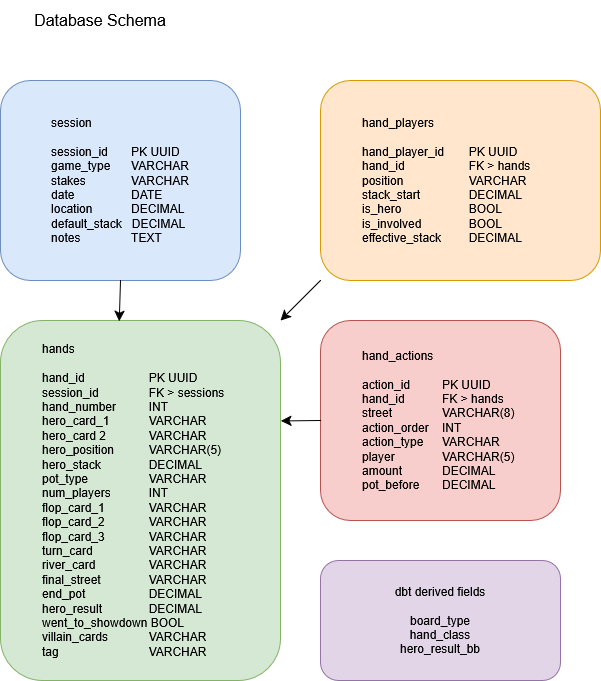
Before: DatabaseSchema.png, a diagram exported from draw.io (CMatador/poker-analytics). Source tidied: cells renumbered, new cells last; positions are measured from the earlier drawing's top-left corner, leaving out a move shared by most shapes.
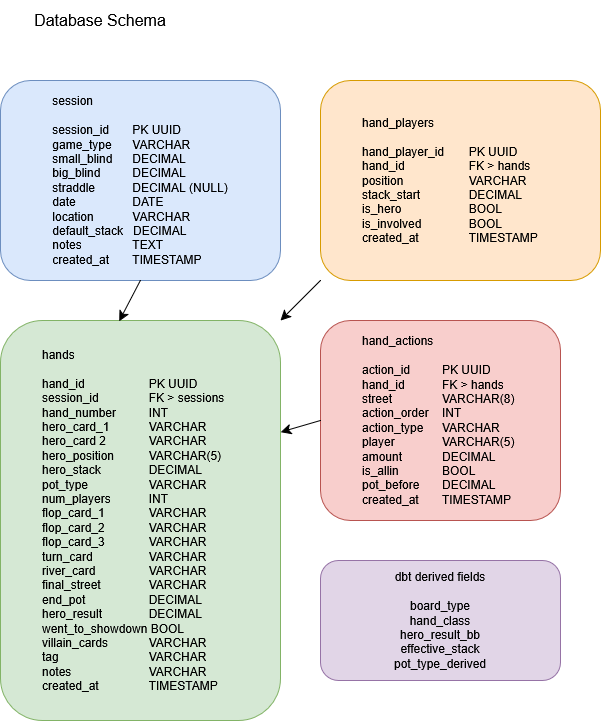
After the commit.

Commit message:
added SQL schema

What changed in the source:
```diff
@@ -2,22 +2,22 @@
   <root>
     <mxCell id="0" />
     <mxCell id="1" parent="0" />
-    <mxCell id="2" value="&lt;blockquote&gt;&lt;div align=&quot;left&quot;&gt;session&lt;br&gt;&lt;br&gt;session_id&amp;nbsp; &amp;nbsp; &lt;span style=&quot;white-space: pre;&quot;&gt;&#9;&lt;/span&gt;PK UUID&lt;br&gt;game_type&amp;nbsp; &amp;nbsp; &lt;span style=&quot;white-space: pre;&quot;&gt;&#9;VARCHAR&lt;/span&gt;&lt;br&gt;stakes&amp;nbsp; &amp;nbsp; &amp;nbsp; &amp;nbsp; &lt;span style=&quot;white-space: pre;&quot;&gt;&#9;&lt;/span&gt;VARCHAR&lt;br&gt;date&amp;nbsp; &amp;nbsp; &amp;nbsp; &amp;nbsp; &lt;span style=&quot;white-space: pre;&quot;&gt;&#9;&lt;/span&gt;&lt;span style=&quot;white-space: pre;&quot;&gt;&#9;&lt;/span&gt;DATE&lt;br&gt;location&amp;nbsp; &amp;nbsp; &lt;span style=&quot;white-space: pre;&quot;&gt;&#9;&lt;/span&gt;DECIMAL&lt;br&gt;default_stack&amp;nbsp; &amp;nbsp;DECIMAL&lt;br&gt;notes&amp;nbsp; &amp;nbsp; &amp;nbsp; &amp;nbsp; &lt;span style=&quot;white-space: pre;&quot;&gt;&#9;&lt;/span&gt;TEXT&lt;/div&gt;&lt;/blockquote&gt;" style="rounded=1;whiteSpace=wrap;html=1;fillColor=#dae8fc;strokeColor=#6c8ebf;" parent="1" vertex="1">
-      <mxGeometry y="80" width="240" height="200" as="geometry" />
+    <mxCell id="2" value="&lt;blockquote&gt;&lt;div align=&quot;left&quot;&gt;session&lt;br&gt;&lt;br&gt;session_id&amp;nbsp; &amp;nbsp; &lt;span style=&quot;white-space: pre;&quot;&gt;&#9;&lt;/span&gt;PK UUID&lt;br&gt;game_type&amp;nbsp; &amp;nbsp; &lt;span style=&quot;white-space: pre;&quot;&gt;&#9;VARCHAR&lt;/span&gt;&lt;br&gt;small_blind&amp;nbsp; &amp;nbsp;&amp;nbsp;&lt;span style=&quot;white-space: pre;&quot;&gt;&#9;DECIMAL&lt;/span&gt;&lt;/div&gt;&lt;div align=&quot;left&quot;&gt;big_blind&lt;span style=&quot;white-space: pre;&quot;&gt;&#9;&lt;/span&gt;&lt;span style=&quot;white-space: pre;&quot;&gt;&#9;&lt;/span&gt;DECIMAL&lt;/div&gt;&lt;div align=&quot;left&quot;&gt;straddle&lt;span style=&quot;white-space: pre;&quot;&gt;&#9;&lt;/span&gt;&lt;span style=&quot;white-space: pre;&quot;&gt;&#9;&lt;/span&gt;DECIMAL (NULL)&lt;br&gt;date&amp;nbsp; &amp;nbsp; &amp;nbsp; &amp;nbsp; &lt;span style=&quot;white-space: pre;&quot;&gt;&#9;&lt;/span&gt;&lt;span style=&quot;white-space: pre;&quot;&gt;&#9;&lt;/span&gt;DATE&lt;br&gt;location&amp;nbsp; &amp;nbsp; &lt;span style=&quot;white-space: pre;&quot;&gt;&#9;VARCHAR&lt;/span&gt;&lt;br&gt;default_stack&amp;nbsp; &amp;nbsp;DECIMAL&lt;br&gt;notes&amp;nbsp; &amp;nbsp; &amp;nbsp; &amp;nbsp; &lt;span style=&quot;white-space: pre;&quot;&gt;&#9;&lt;/span&gt;TEXT&lt;/div&gt;&lt;div align=&quot;left&quot;&gt;created_at&lt;span style=&quot;white-space: pre;&quot;&gt;&#9;&lt;/span&gt;TIMESTAMP&lt;/div&gt;&lt;/blockquote&gt;" style="rounded=1;whiteSpace=wrap;html=1;fillColor=#dae8fc;strokeColor=#6c8ebf;" parent="1" vertex="1">
+      <mxGeometry y="80" width="280" height="200" as="geometry" />
     </mxCell>
-    <mxCell id="3" value="&lt;blockquote&gt;&lt;div align=&quot;left&quot;&gt;hands&lt;br&gt;&amp;nbsp; &amp;nbsp;&amp;nbsp;&lt;br&gt;hand_id&amp;nbsp;&amp;nbsp; &amp;nbsp; &amp;nbsp; &amp;nbsp;&lt;span style=&quot;white-space: pre;&quot;&gt;&#9;&lt;/span&gt;&lt;span style=&quot;white-space: pre;&quot;&gt;&#9;&lt;/span&gt;PK UUID&lt;br&gt;session_id&amp;nbsp;&amp;nbsp; &amp;nbsp;&lt;span style=&quot;white-space: pre;&quot;&gt;&#9;&lt;/span&gt;&lt;span style=&quot;white-space: pre;&quot;&gt;&#9;&lt;/span&gt;FK &amp;gt; sessions&lt;br&gt;hand_number&amp;nbsp; &lt;span style=&quot;white-space: pre;&quot;&gt;&#9;&lt;/span&gt;INT&lt;br&gt;hero_card_1&amp;nbsp; &amp;nbsp; &lt;span style=&quot;white-space: pre;&quot;&gt;&#9;&lt;/span&gt;VARCHAR&lt;br&gt;hero_card 2&amp;nbsp; &amp;nbsp; &lt;span style=&quot;white-space: pre;&quot;&gt;&#9;&lt;/span&gt;VARCHAR&lt;br&gt;hero_position&amp;nbsp; &amp;nbsp; &lt;span style=&quot;white-space: pre;&quot;&gt;&#9;&lt;/span&gt;VARCHAR(5)&lt;br&gt;hero_stack&amp;nbsp; &amp;nbsp; &lt;span style=&quot;white-space: pre;&quot;&gt;&#9;&lt;/span&gt;&lt;span style=&quot;white-space: pre;&quot;&gt;&#9;&lt;/span&gt;DECIMAL&lt;br&gt;pot_type&amp;nbsp; &amp;nbsp; &lt;span style=&quot;white-space: pre;&quot;&gt;&#9;&lt;/span&gt;&lt;span style=&quot;white-space: pre;&quot;&gt;&#9;&lt;/span&gt;VARCHAR&lt;br&gt;num_players&amp;nbsp; &amp;nbsp; &lt;span style=&quot;white-space: pre;&quot;&gt;&#9;&lt;/span&gt;INT&lt;br&gt;flop_card_1&amp;nbsp; &amp;nbsp; &lt;span style=&quot;white-space: pre;&quot;&gt;&#9;&lt;/span&gt;&lt;span style=&quot;white-space: pre;&quot;&gt;&#9;&lt;/span&gt;VARCHAR&lt;br&gt;flop_card_2&amp;nbsp; &amp;nbsp;&lt;span style=&quot;white-space: pre;&quot;&gt;&#9;&lt;/span&gt;&lt;span style=&quot;white-space: pre;&quot;&gt;&#9;&lt;/span&gt;VARCHAR&lt;br&gt;flop_card_3&amp;nbsp; &amp;nbsp; &lt;span style=&quot;white-space: pre;&quot;&gt;&#9;&lt;/span&gt;&lt;span style=&quot;white-space: pre;&quot;&gt;&#9;&lt;/span&gt;VARCHAR&lt;br&gt;turn_card&amp;nbsp; &amp;nbsp; &lt;span style=&quot;white-space: pre;&quot;&gt;&#9;&lt;/span&gt;&lt;span style=&quot;white-space: pre;&quot;&gt;&#9;&lt;/span&gt;VARCHAR&lt;br&gt;river_card&amp;nbsp; &amp;nbsp; &lt;span style=&quot;white-space: pre;&quot;&gt;&#9;&lt;/span&gt;&lt;span style=&quot;white-space: pre;&quot;&gt;&#9;&lt;/span&gt;VARCHAR&lt;br&gt;final_street&amp;nbsp; &amp;nbsp; &lt;span style=&quot;white-space: pre;&quot;&gt;&#9;&lt;/span&gt;&lt;span style=&quot;white-space: pre;&quot;&gt;&#9;&lt;/span&gt;VARCHAR&lt;br&gt;end_pot&amp;nbsp; &amp;nbsp; &amp;nbsp; &amp;nbsp; &lt;span style=&quot;white-space: pre;&quot;&gt;&#9;&lt;/span&gt;&lt;span style=&quot;white-space: pre;&quot;&gt;&#9;&lt;/span&gt;DECIMAL&lt;br&gt;hero_result&amp;nbsp; &amp;nbsp; &lt;span style=&quot;white-space: pre;&quot;&gt;&#9;&lt;/span&gt;&lt;span style=&quot;white-space: pre;&quot;&gt;&#9;&lt;/span&gt;DECIMAL&lt;br&gt;went_to_showdown BOOL&lt;br&gt;villain_cards&amp;nbsp; &amp;nbsp; &lt;span style=&quot;white-space: pre;&quot;&gt;&#9;&lt;/span&gt;VARCHAR&lt;br&gt;tag&amp;nbsp; &amp;nbsp; &amp;nbsp; &amp;nbsp; &lt;span style=&quot;white-space: pre;&quot;&gt;&#9;&lt;/span&gt;&lt;span style=&quot;white-space: pre;&quot;&gt;&#9;&lt;/span&gt;&lt;span style=&quot;white-space: pre;&quot;&gt;&#9;&lt;/span&gt;VARCHAR&lt;/div&gt;&lt;/blockquote&gt;" style="rounded=1;whiteSpace=wrap;html=1;fillColor=#d5e8d4;strokeColor=#82b366;align=left;" parent="1" vertex="1">
-      <mxGeometry y="320" width="280" height="360" as="geometry" />
+    <mxCell id="3" value="&lt;blockquote&gt;&lt;div align=&quot;left&quot;&gt;hands&lt;br&gt;&amp;nbsp; &amp;nbsp;&amp;nbsp;&lt;br&gt;hand_id&amp;nbsp;&amp;nbsp; &amp;nbsp; &amp;nbsp; &amp;nbsp;&lt;span style=&quot;white-space: pre;&quot;&gt;&#9;&lt;/span&gt;&lt;span style=&quot;white-space: pre;&quot;&gt;&#9;&lt;/span&gt;PK UUID&lt;br&gt;session_id&amp;nbsp;&amp;nbsp; &amp;nbsp;&lt;span style=&quot;white-space: pre;&quot;&gt;&#9;&lt;/span&gt;&lt;span style=&quot;white-space: pre;&quot;&gt;&#9;&lt;/span&gt;FK &amp;gt; sessions&lt;br&gt;hand_number&amp;nbsp; &lt;span style=&quot;white-space: pre;&quot;&gt;&#9;&lt;/span&gt;INT&lt;br&gt;hero_card_1&amp;nbsp; &amp;nbsp; &lt;span style=&quot;white-space: pre;&quot;&gt;&#9;&lt;/span&gt;VARCHAR&lt;br&gt;hero_card 2&amp;nbsp; &amp;nbsp; &lt;span style=&quot;white-space: pre;&quot;&gt;&#9;&lt;/span&gt;VARCHAR&lt;br&gt;hero_position&amp;nbsp; &amp;nbsp; &lt;span style=&quot;white-space: pre;&quot;&gt;&#9;&lt;/span&gt;VARCHAR(5)&lt;br&gt;hero_stack&amp;nbsp; &amp;nbsp; &lt;span style=&quot;white-space: pre;&quot;&gt;&#9;&lt;/span&gt;&lt;span style=&quot;white-space: pre;&quot;&gt;&#9;&lt;/span&gt;DECIMAL&lt;br&gt;pot_type&amp;nbsp; &amp;nbsp; &lt;span style=&quot;white-space: pre;&quot;&gt;&#9;&lt;/span&gt;&lt;span style=&quot;white-space: pre;&quot;&gt;&#9;&lt;/span&gt;VARCHAR&lt;br&gt;num_players&amp;nbsp; &amp;nbsp; &lt;span style=&quot;white-space: pre;&quot;&gt;&#9;&lt;/span&gt;INT&lt;br&gt;flop_card_1&amp;nbsp; &amp;nbsp; &lt;span style=&quot;white-space: pre;&quot;&gt;&#9;&lt;/span&gt;&lt;span style=&quot;white-space: pre;&quot;&gt;&#9;&lt;/span&gt;VARCHAR&lt;br&gt;flop_card_2&amp;nbsp; &amp;nbsp;&lt;span style=&quot;white-space: pre;&quot;&gt;&#9;&lt;/span&gt;&lt;span style=&quot;white-space: pre;&quot;&gt;&#9;&lt;/span&gt;VARCHAR&lt;br&gt;flop_card_3&amp;nbsp; &amp;nbsp; &lt;span style=&quot;white-space: pre;&quot;&gt;&#9;&lt;/span&gt;&lt;span style=&quot;white-space: pre;&quot;&gt;&#9;&lt;/span&gt;VARCHAR&lt;br&gt;turn_card&amp;nbsp; &amp;nbsp; &lt;span style=&quot;white-space: pre;&quot;&gt;&#9;&lt;/span&gt;&lt;span style=&quot;white-space: pre;&quot;&gt;&#9;&lt;/span&gt;VARCHAR&lt;br&gt;river_card&amp;nbsp; &amp;nbsp; &lt;span style=&quot;white-space: pre;&quot;&gt;&#9;&lt;/span&gt;&lt;span style=&quot;white-space: pre;&quot;&gt;&#9;&lt;/span&gt;VARCHAR&lt;br&gt;final_street&amp;nbsp; &amp;nbsp; &lt;span style=&quot;white-space: pre;&quot;&gt;&#9;&lt;/span&gt;&lt;span style=&quot;white-space: pre;&quot;&gt;&#9;&lt;/span&gt;VARCHAR&lt;br&gt;end_pot&amp;nbsp; &amp;nbsp; &amp;nbsp; &amp;nbsp; &lt;span style=&quot;white-space: pre;&quot;&gt;&#9;&lt;/span&gt;&lt;span style=&quot;white-space: pre;&quot;&gt;&#9;&lt;/span&gt;DECIMAL&lt;br&gt;hero_result&amp;nbsp; &amp;nbsp; &lt;span style=&quot;white-space: pre;&quot;&gt;&#9;&lt;/span&gt;&lt;span style=&quot;white-space: pre;&quot;&gt;&#9;&lt;/span&gt;DECIMAL&lt;br&gt;went_to_showdown BOOL&lt;br&gt;villain_cards&amp;nbsp; &amp;nbsp; &lt;span style=&quot;white-space: pre;&quot;&gt;&#9;&lt;/span&gt;VARCHAR&lt;br&gt;tag&amp;nbsp; &amp;nbsp; &amp;nbsp; &amp;nbsp; &lt;span style=&quot;white-space: pre;&quot;&gt;&#9;&lt;/span&gt;&lt;span style=&quot;white-space: pre;&quot;&gt;&#9;&lt;/span&gt;&lt;span style=&quot;white-space: pre;&quot;&gt;&#9;&lt;/span&gt;VARCHAR&lt;/div&gt;&lt;div align=&quot;left&quot;&gt;notes&lt;span style=&quot;white-space: pre;&quot;&gt;&#9;&lt;span style=&quot;white-space: pre;&quot;&gt;&#9;&lt;/span&gt;&lt;span style=&quot;white-space: pre;&quot;&gt;&#9;&lt;/span&gt;VARCHAR&lt;/span&gt;&lt;/div&gt;&lt;div align=&quot;left&quot;&gt;&lt;span style=&quot;white-space: pre;&quot;&gt;created_at&lt;span style=&quot;white-space: pre;&quot;&gt;&#9;&lt;/span&gt;&lt;span style=&quot;white-space: pre;&quot;&gt;&#9;&lt;/span&gt;TIMESTAMP&lt;/span&gt;&lt;/div&gt;&lt;/blockquote&gt;" style="rounded=1;whiteSpace=wrap;html=1;fillColor=#d5e8d4;strokeColor=#82b366;align=left;" parent="1" vertex="1">
+      <mxGeometry y="320" width="280" height="400" as="geometry" />
     </mxCell>
-    <mxCell id="4" value="&lt;blockquote&gt;&lt;div align=&quot;left&quot;&gt;hand_actions&lt;br&gt;&lt;br&gt;action_id&amp;nbsp; &amp;nbsp; &lt;span style=&quot;white-space: pre;&quot;&gt;&#9;&lt;/span&gt;PK UUID&lt;br&gt;hand_id&amp;nbsp; &amp;nbsp; &amp;nbsp; &amp;nbsp; &lt;span style=&quot;white-space: pre;&quot;&gt;&#9;&lt;/span&gt;FK &amp;gt; hands&lt;br&gt;street&amp;nbsp; &amp;nbsp; &amp;nbsp; &amp;nbsp; &lt;span style=&quot;white-space: pre;&quot;&gt;&#9;&lt;/span&gt;VARCHAR(8)&lt;br&gt;action_order&amp;nbsp; &amp;nbsp; INT&lt;br&gt;action_type&amp;nbsp; &amp;nbsp; &lt;span style=&quot;white-space: pre;&quot;&gt;&#9;&lt;/span&gt;VARCHAR&lt;br&gt;player&amp;nbsp; &amp;nbsp; &amp;nbsp; &amp;nbsp; &lt;span style=&quot;white-space: pre;&quot;&gt;&#9;&lt;/span&gt;VARCHAR(5)&lt;br&gt;amount&amp;nbsp; &amp;nbsp; &amp;nbsp; &amp;nbsp; &lt;span style=&quot;white-space: pre;&quot;&gt;&#9;&lt;/span&gt;DECIMAL&lt;br&gt;pot_before&amp;nbsp; &amp;nbsp; &lt;span style=&quot;white-space: pre;&quot;&gt;&#9;&lt;/span&gt;DECIMAL&lt;/div&gt;&lt;/blockquote&gt;" style="rounded=1;whiteSpace=wrap;html=1;fillColor=#f8cecc;strokeColor=#b85450;align=left;" parent="1" vertex="1">
+    <mxCell id="4" value="&lt;blockquote&gt;&lt;div align=&quot;left&quot;&gt;hand_actions&lt;br&gt;&lt;br&gt;action_id&amp;nbsp; &amp;nbsp; &lt;span style=&quot;white-space: pre;&quot;&gt;&#9;&lt;/span&gt;PK UUID&lt;br&gt;hand_id&amp;nbsp; &amp;nbsp; &amp;nbsp; &amp;nbsp; &lt;span style=&quot;white-space: pre;&quot;&gt;&#9;&lt;/span&gt;FK &amp;gt; hands&lt;br&gt;street&amp;nbsp; &amp;nbsp; &amp;nbsp; &amp;nbsp; &lt;span style=&quot;white-space: pre;&quot;&gt;&#9;&lt;/span&gt;VARCHAR(8)&lt;br&gt;action_order&amp;nbsp; &amp;nbsp; INT&lt;br&gt;action_type&amp;nbsp; &amp;nbsp; &lt;span style=&quot;white-space: pre;&quot;&gt;&#9;&lt;/span&gt;VARCHAR&lt;br&gt;player&amp;nbsp; &amp;nbsp; &amp;nbsp; &amp;nbsp; &lt;span style=&quot;white-space: pre;&quot;&gt;&#9;&lt;/span&gt;VARCHAR(5)&lt;br&gt;amount&amp;nbsp; &amp;nbsp; &amp;nbsp; &amp;nbsp; &lt;span style=&quot;white-space: pre;&quot;&gt;&#9;&lt;/span&gt;DECIMAL&lt;/div&gt;&lt;div align=&quot;left&quot;&gt;is_allin&lt;span style=&quot;white-space: pre;&quot;&gt;&#9;&lt;/span&gt;&lt;span style=&quot;white-space: pre;&quot;&gt;&#9;&lt;/span&gt;BOOL&lt;br&gt;pot_before&amp;nbsp; &amp;nbsp; &lt;span style=&quot;white-space: pre;&quot;&gt;&#9;&lt;/span&gt;DECIMAL&lt;/div&gt;&lt;div align=&quot;left&quot;&gt;created_at&lt;span style=&quot;white-space: pre;&quot;&gt;&#9;&lt;/span&gt;TIMESTAMP&lt;/div&gt;&lt;/blockquote&gt;" style="rounded=1;whiteSpace=wrap;html=1;fillColor=#f8cecc;strokeColor=#b85450;align=left;" parent="1" vertex="1">
       <mxGeometry x="320" y="320" width="240" height="200" as="geometry" />
     </mxCell>
     <mxCell id="5" style="edgeStyle=none;curved=1;rounded=0;jettySize=auto;html=1;exitX=0;exitY=1;exitDx=0;exitDy=0;entryX=1;entryY=0;entryDx=0;entryDy=0;fontSize=12;startSize=8;endSize=8;" parent="1" edge="1" source="6" target="3">
       <mxGeometry relative="1" as="geometry" />
     </mxCell>
-    <mxCell id="6" value="&lt;blockquote&gt;&lt;div align=&quot;left&quot;&gt;hand_players&lt;br&gt;&lt;br&gt;hand_player_id&lt;span style=&quot;white-space: pre;&quot;&gt;&#9;&lt;/span&gt;PK UUID&lt;br&gt;hand_id&lt;span style=&quot;white-space: pre;&quot;&gt;&#9;&lt;/span&gt;&lt;span style=&quot;white-space: pre;&quot;&gt;&#9;&lt;span style=&quot;white-space: pre;&quot;&gt;&#9;&lt;/span&gt;&lt;/span&gt;FK &amp;gt; hands&lt;br&gt;position&amp;nbsp; &amp;nbsp; &lt;span style=&quot;white-space: pre;&quot;&gt;&#9;&lt;/span&gt;&lt;span style=&quot;white-space: pre;&quot;&gt;&#9;&lt;/span&gt;VARCHAR&lt;br&gt;stack_start&amp;nbsp; &amp;nbsp; &lt;span style=&quot;white-space: pre;&quot;&gt;&#9;&lt;/span&gt;&lt;span style=&quot;white-space: pre;&quot;&gt;&#9;&lt;/span&gt;DECIMAL&lt;br&gt;is_hero&amp;nbsp; &amp;nbsp; &amp;nbsp; &amp;nbsp; &lt;span style=&quot;white-space: pre;&quot;&gt;&#9;&lt;/span&gt;&lt;span style=&quot;white-space: pre;&quot;&gt;&#9;&lt;/span&gt;BOOL&lt;br&gt;is_involved&amp;nbsp; &amp;nbsp; &lt;span style=&quot;white-space: pre;&quot;&gt;&#9;&lt;/span&gt;&lt;span style=&quot;white-space: pre;&quot;&gt;&#9;&lt;/span&gt;BOOL&lt;br&gt;effective_stack&amp;nbsp; &amp;nbsp; &lt;span style=&quot;white-space: pre;&quot;&gt;&#9;&lt;/span&gt;DECIMAL&lt;/div&gt;&lt;/blockquote&gt;" style="rounded=1;whiteSpace=wrap;html=1;align=left;fillColor=#ffe6cc;strokeColor=#d79b00;" parent="1" vertex="1">
+    <mxCell id="6" value="&lt;blockquote&gt;&lt;div align=&quot;left&quot;&gt;hand_players&lt;br&gt;&lt;br&gt;hand_player_id&lt;span style=&quot;white-space: pre;&quot;&gt;&#9;&lt;/span&gt;PK UUID&lt;br&gt;hand_id&lt;span style=&quot;white-space: pre;&quot;&gt;&#9;&lt;/span&gt;&lt;span style=&quot;white-space: pre;&quot;&gt;&#9;&lt;span style=&quot;white-space: pre;&quot;&gt;&#9;&lt;/span&gt;&lt;/span&gt;FK &amp;gt; hands&lt;br&gt;position&amp;nbsp; &amp;nbsp; &lt;span style=&quot;white-space: pre;&quot;&gt;&#9;&lt;/span&gt;&lt;span style=&quot;white-space: pre;&quot;&gt;&#9;&lt;/span&gt;VARCHAR&lt;br&gt;stack_start&amp;nbsp; &amp;nbsp; &lt;span style=&quot;white-space: pre;&quot;&gt;&#9;&lt;/span&gt;&lt;span style=&quot;white-space: pre;&quot;&gt;&#9;&lt;/span&gt;DECIMAL&lt;br&gt;is_hero&amp;nbsp; &amp;nbsp; &amp;nbsp; &amp;nbsp; &lt;span style=&quot;white-space: pre;&quot;&gt;&#9;&lt;/span&gt;&lt;span style=&quot;white-space: pre;&quot;&gt;&#9;&lt;/span&gt;BOOL&lt;br&gt;is_involved&amp;nbsp; &amp;nbsp; &lt;span style=&quot;white-space: pre;&quot;&gt;&#9;&lt;/span&gt;&lt;span style=&quot;white-space: pre;&quot;&gt;&#9;&lt;/span&gt;BOOL&lt;br&gt;created_at&lt;span style=&quot;white-space: pre;&quot;&gt;&#9;&lt;span style=&quot;white-space: pre;&quot;&gt;&#9;&lt;/span&gt;&lt;/span&gt;TIMESTAMP&lt;/div&gt;&lt;/blockquote&gt;" style="rounded=1;whiteSpace=wrap;html=1;align=left;fillColor=#ffe6cc;strokeColor=#d79b00;" parent="1" vertex="1">
       <mxGeometry x="320" y="80" width="280" height="200" as="geometry" />
     </mxCell>
-    <mxCell id="7" value="&lt;div&gt;dbt derived fields&lt;/div&gt;&lt;div&gt;&lt;br&gt;&lt;/div&gt;&lt;div&gt;board_type&lt;/div&gt;&lt;div&gt;hand_class&lt;/div&gt;&lt;div&gt;hero_result_bb&lt;/div&gt;" style="rounded=1;whiteSpace=wrap;html=1;fillColor=#e1d5e7;strokeColor=#9673a6;" parent="1" vertex="1">
+    <mxCell id="7" value="&lt;div&gt;dbt derived fields&lt;/div&gt;&lt;div&gt;&lt;br&gt;&lt;/div&gt;&lt;div&gt;board_type&lt;/div&gt;&lt;div&gt;hand_class&lt;/div&gt;&lt;div&gt;hero_result_bb&lt;/div&gt;&lt;div&gt;effective_stack&lt;/div&gt;&lt;div&gt;pot_type_derived&lt;/div&gt;" style="rounded=1;whiteSpace=wrap;html=1;fillColor=#e1d5e7;strokeColor=#9673a6;" parent="1" vertex="1">
       <mxGeometry x="320" y="560" width="240" height="120" as="geometry" />
     </mxCell>
     <mxCell id="8" value="&lt;div&gt;Database Schema&lt;/div&gt;" style="text;html=1;whiteSpace=wrap;strokeColor=none;fillColor=none;align=center;verticalAlign=middle;rounded=0;fontSize=16;" parent="1" vertex="1">
```
